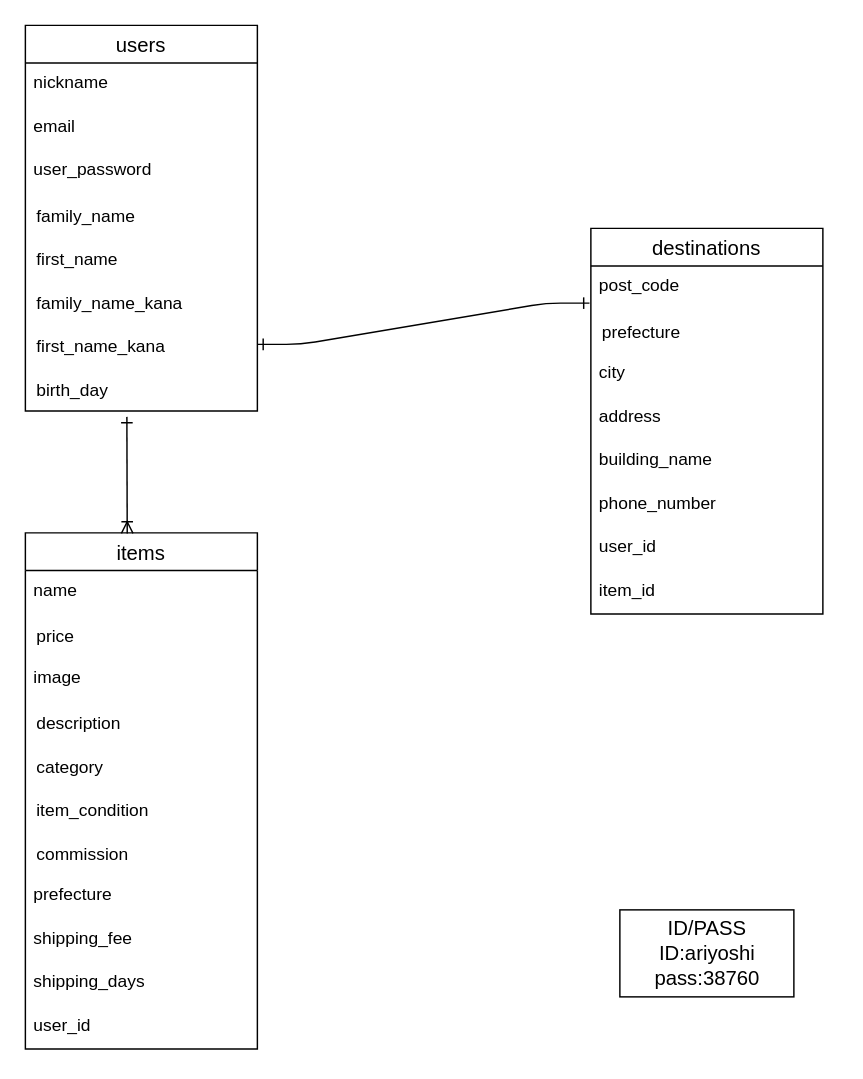
Above: furima.dio in c-ariyoshi/furima-38760 (draw.io), before the change. Source tidied: cells renumbered, new cells numbered last; positions are measured from the earlier drawing's top-left corner, leaving out a move shared by most shapes. Both pictures are drawn from the tidied source at 145%, with x=0, y=0 at pixel (25, 25).
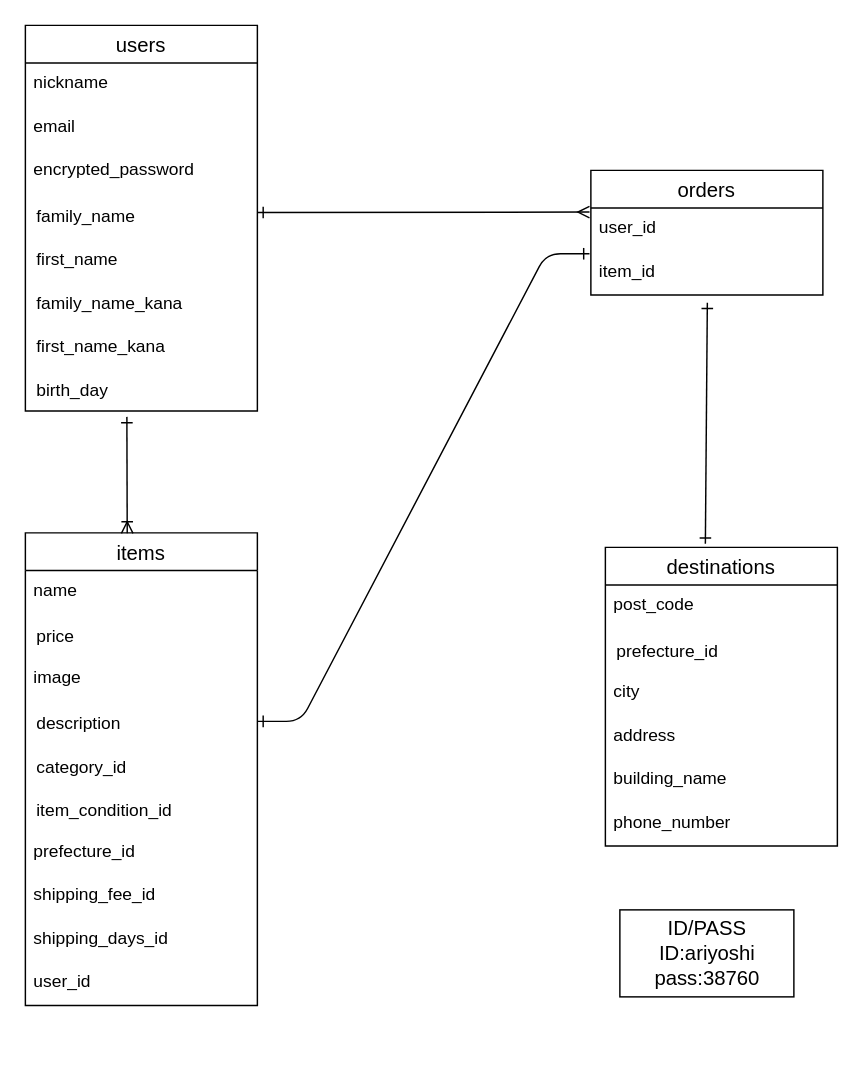
The same diagram, later.

Commit message (it also covers changes not shown here):
データベース設計　修正

Unchanged cells that the change refers to:
```xml
<mxCell id="2" value="users" style="swimlane;fontStyle=0;horizontal=1;startSize=26;align=center;fontSize=14;" parent="1" vertex="1">
  <mxGeometry width="160" height="266" as="geometry" />
</mxCell>
<mxCell id="12" value="post_code" style="text;strokeColor=none;fillColor=none;spacingLeft=4;spacingRight=4;overflow=hidden;points=[[0,0.5],[1,0.5]];portConstraint=eastwest;fontSize=12;" parent="11" vertex="1">
  <mxGeometry y="26" width="160" height="30" as="geometry" />
</mxCell>
```

The edit, as a diff of the source:
```diff
@@
-    <mxCell id="5" value="user_password" style="text;strokeColor=none;fillColor=none;spacingLeft=4;spacingRight=4;overflow=hidden;fontSize=12;" parent="2" vertex="1">
+    <mxCell id="5" value="encrypted_password" style="text;strokeColor=none;fillColor=none;spacingLeft=4;spacingRight=4;overflow=hidden;fontSize=12;" parent="2" vertex="1">
       <mxGeometry y="86" width="160" height="30" as="geometry" />
     </mxCell>
@@
     <mxCell id="11" value="destinations" style="swimlane;fontStyle=0;horizontal=1;startSize=26;align=center;fontSize=14;" parent="1" vertex="1">
-      <mxGeometry x="390" y="140" width="160" height="266" as="geometry" />
+      <mxGeometry x="400" y="360" width="160" height="206" as="geometry" />
     </mxCell>
@@
-    <mxCell id="13" value="prefecture" style="shape=partialRectangle;fillColor=none;top=0;left=0;bottom=0;right=0;align=left;spacingLeft=6;overflow=hidden;" parent="11" vertex="1">
+    <mxCell id="13" value="prefecture_id" style="shape=partialRectangle;fillColor=none;top=0;left=0;bottom=0;right=0;align=left;spacingLeft=6;overflow=hidden;" parent="11" vertex="1">
       <mxGeometry y="56" width="160" height="30" as="geometry" />
     </mxCell>
@@
-    <mxCell id="18" value="user_id" style="text;strokeColor=none;fillColor=none;spacingLeft=4;spacingRight=4;overflow=hidden;points=[[0,0.5],[1,0.5]];portConstraint=eastwest;fontSize=12;" parent="11" vertex="1">
-      <mxGeometry y="206" width="160" height="30" as="geometry" />
-    </mxCell>
-    <mxCell id="19" value="item_id" style="text;strokeColor=none;fillColor=none;spacingLeft=4;spacingRight=4;overflow=hidden;points=[[0,0.5],[1,0.5]];portConstraint=eastwest;fontSize=12;" parent="11" vertex="1">
-      <mxGeometry y="236" width="160" height="30" as="geometry" />
-    </mxCell>
     <mxCell id="20" value="items" style="swimlane;fontStyle=0;horizontal=1;startSize=26;align=center;fontSize=14;" parent="1" vertex="1">
-      <mxGeometry y="350" width="160" height="356" as="geometry" />
+      <mxGeometry y="350" width="160" height="326" as="geometry" />
     </mxCell>
@@
-    <mxCell id="25" value="category" style="shape=partialRectangle;fillColor=none;top=0;left=0;bottom=0;right=0;align=left;spacingLeft=6;overflow=hidden;" parent="20" vertex="1">
+    <mxCell id="25" value="category_id" style="shape=partialRectangle;fillColor=none;top=0;left=0;bottom=0;right=0;align=left;spacingLeft=6;overflow=hidden;" parent="20" vertex="1">
       <mxGeometry y="146" width="160" height="30" as="geometry" />
     </mxCell>
-    <mxCell id="26" value="item_condition" style="shape=partialRectangle;fillColor=none;top=0;left=0;bottom=0;right=0;align=left;spacingLeft=6;overflow=hidden;" parent="20" vertex="1">
+    <mxCell id="26" value="item_condition_id" style="shape=partialRectangle;fillColor=none;top=0;left=0;bottom=0;right=0;align=left;spacingLeft=6;overflow=hidden;" parent="20" vertex="1">
       <mxGeometry y="176" width="160" height="30" as="geometry" />
     </mxCell>
-    <mxCell id="27" value="commission" style="shape=partialRectangle;fillColor=none;top=0;left=0;bottom=0;right=0;align=left;spacingLeft=6;overflow=hidden;" parent="20" vertex="1">
-      <mxGeometry y="206" width="160" height="30" as="geometry" />
-    </mxCell>
-    <mxCell id="28" value="prefecture" style="text;strokeColor=none;fillColor=none;spacingLeft=4;spacingRight=4;overflow=hidden;fontSize=12;" parent="20" vertex="1">
-      <mxGeometry y="236" width="160" height="30" as="geometry" />
+    <mxCell id="28" value="prefecture_id" style="text;strokeColor=none;fillColor=none;spacingLeft=4;spacingRight=4;overflow=hidden;fontSize=12;" parent="20" vertex="1">
+      <mxGeometry y="206" width="160" height="30" as="geometry" />
     </mxCell>
-    <mxCell id="29" value="shipping_fee" style="text;strokeColor=none;fillColor=none;spacingLeft=4;spacingRight=4;overflow=hidden;fontSize=12;" parent="20" vertex="1">
-      <mxGeometry y="266" width="160" height="30" as="geometry" />
+    <mxCell id="29" value="shipping_fee_id" style="text;strokeColor=none;fillColor=none;spacingLeft=4;spacingRight=4;overflow=hidden;fontSize=12;" parent="20" vertex="1">
+      <mxGeometry y="236" width="160" height="30" as="geometry" />
     </mxCell>
-    <mxCell id="30" value="shipping_days" style="text;strokeColor=none;fillColor=none;spacingLeft=4;spacingRight=4;overflow=hidden;fontSize=12;" parent="20" vertex="1">
-      <mxGeometry y="296" width="160" height="30" as="geometry" />
+    <mxCell id="30" value="shipping_days_id" style="text;strokeColor=none;fillColor=none;spacingLeft=4;spacingRight=4;overflow=hidden;fontSize=12;" parent="20" vertex="1">
+      <mxGeometry y="266" width="160" height="30" as="geometry" />
     </mxCell>
     <mxCell id="31" value="user_id" style="text;strokeColor=none;fillColor=none;spacingLeft=4;spacingRight=4;overflow=hidden;fontSize=12;" parent="20" vertex="1">
-      <mxGeometry y="326" width="160" height="30" as="geometry" />
+      <mxGeometry y="296" width="160" height="30" as="geometry" />
     </mxCell>
-    <mxCell id="32" style="edgeStyle=entityRelationEdgeStyle;fontSize=12;html=1;endArrow=ERone;entryX=-0.006;entryY=0.852;entryDx=0;entryDy=0;entryPerimeter=0;startArrow=ERone;startFill=0;endFill=0;" parent="1" edge="1" target="12">
-      <mxGeometry relative="1" as="geometry">
-        <mxPoint x="160" y="220" as="sourcePoint" />
-      </mxGeometry>
-    </mxCell>
@@
+    <mxCell id="37" value="orders" style="swimlane;fontStyle=0;horizontal=1;startSize=26;align=center;fontSize=14;fontFamily=Helvetica;fontColor=default;" parent="1" vertex="1">
+      <mxGeometry x="390" y="100" width="160" height="86" as="geometry" />
+    </mxCell>
+    <mxCell id="18" value="user_id" style="text;strokeColor=none;fillColor=none;spacingLeft=4;spacingRight=4;overflow=hidden;points=[[0,0.5],[1,0.5]];portConstraint=eastwest;fontSize=12;fontFamily=Helvetica;fontColor=default;" parent="37" vertex="1">
+      <mxGeometry y="26" width="160" height="30" as="geometry" />
+    </mxCell>
+    <mxCell id="19" value="item_id" style="text;strokeColor=none;fillColor=none;spacingLeft=4;spacingRight=4;overflow=hidden;points=[[0,0.5],[1,0.5]];portConstraint=eastwest;fontSize=12;fontFamily=Helvetica;fontColor=default;" parent="37" vertex="1">
+      <mxGeometry y="56" width="160" height="30" as="geometry" />
+    </mxCell>
+    <mxCell id="38" style="fontSize=12;html=1;endArrow=ERmany;rounded=1;labelBackgroundColor=default;strokeColor=default;fontFamily=Helvetica;fontColor=default;shape=connector;entryX=-0.006;entryY=0.092;entryDx=0;entryDy=0;entryPerimeter=0;startArrow=ERone;startFill=0;endFill=0;" parent="1" edge="1" target="18">
+      <mxGeometry relative="1" as="geometry">
+        <mxPoint x="160" y="129" as="sourcePoint" />
+      </mxGeometry>
+    </mxCell>
+    <mxCell id="39" style="edgeStyle=entityRelationEdgeStyle;fontSize=12;html=1;endArrow=ERone;endFill=1;rounded=1;labelBackgroundColor=default;strokeColor=default;fontFamily=Helvetica;fontColor=default;shape=connector;entryX=-0.006;entryY=0.05;entryDx=0;entryDy=0;entryPerimeter=0;startArrow=ERone;startFill=0;" parent="1" edge="1" target="19">
+      <mxGeometry relative="1" as="geometry">
+        <mxPoint x="160" y="480" as="sourcePoint" />
+      </mxGeometry>
+    </mxCell>
+    <mxCell id="40" style="fontSize=12;html=1;endArrow=ERone;startArrow=ERone;rounded=1;labelBackgroundColor=default;strokeColor=default;fontFamily=Helvetica;fontColor=default;shape=connector;entryX=0.502;entryY=1.175;entryDx=0;entryDy=0;entryPerimeter=0;exitX=0.431;exitY=-0.012;exitDx=0;exitDy=0;exitPerimeter=0;startFill=0;endFill=0;" parent="1" edge="1" source="11" target="19">
+      <mxGeometry relative="1" as="geometry" />
+    </mxCell>
```
